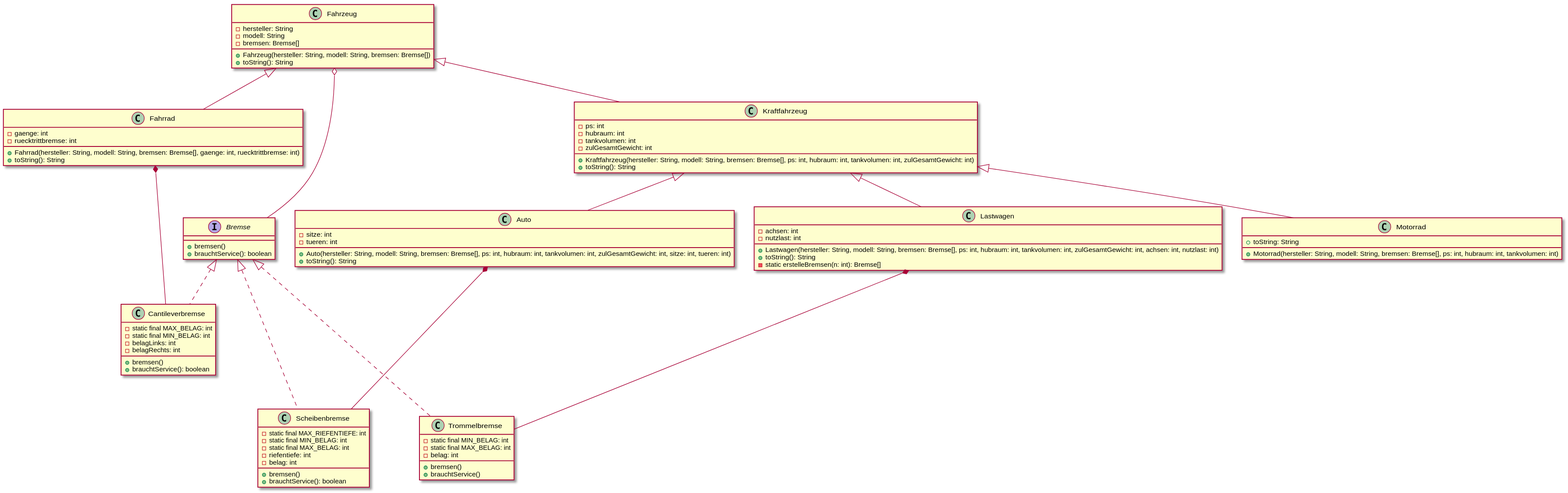
This is fahrzeuge.svg from nadineoeser/oop-uebung09, a PlantUML export, as it was before one commit.
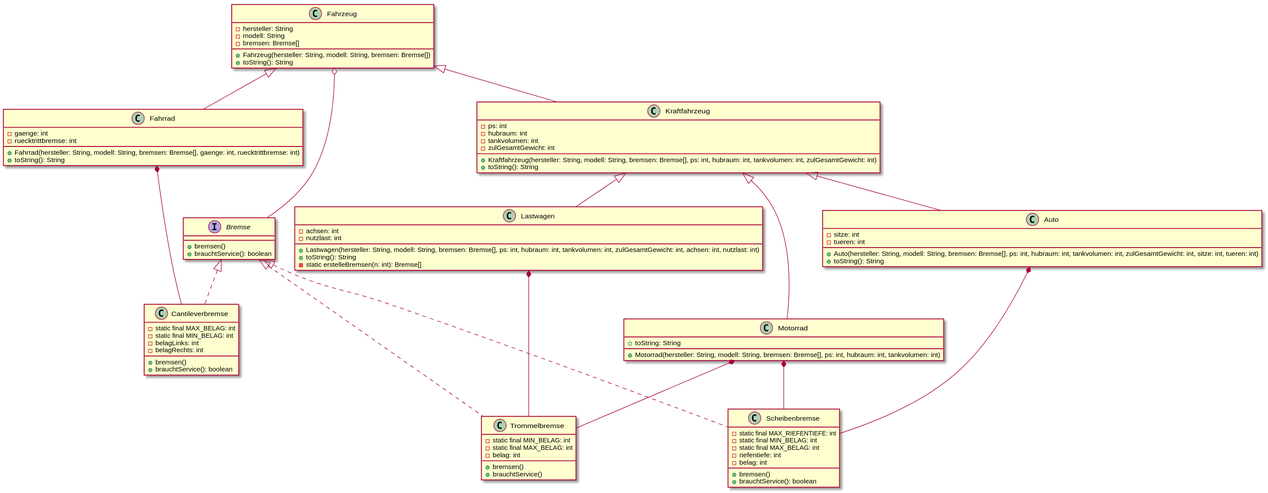
Later version of the same file.

Change to the diagram source:
```diff
@@ -96,5 +96,7 @@
 	+toString: String
 }
 
+Motorrad *-- Scheibenbremse
+Motorrad *-- Trommelbremse
 
 @enduml
```
